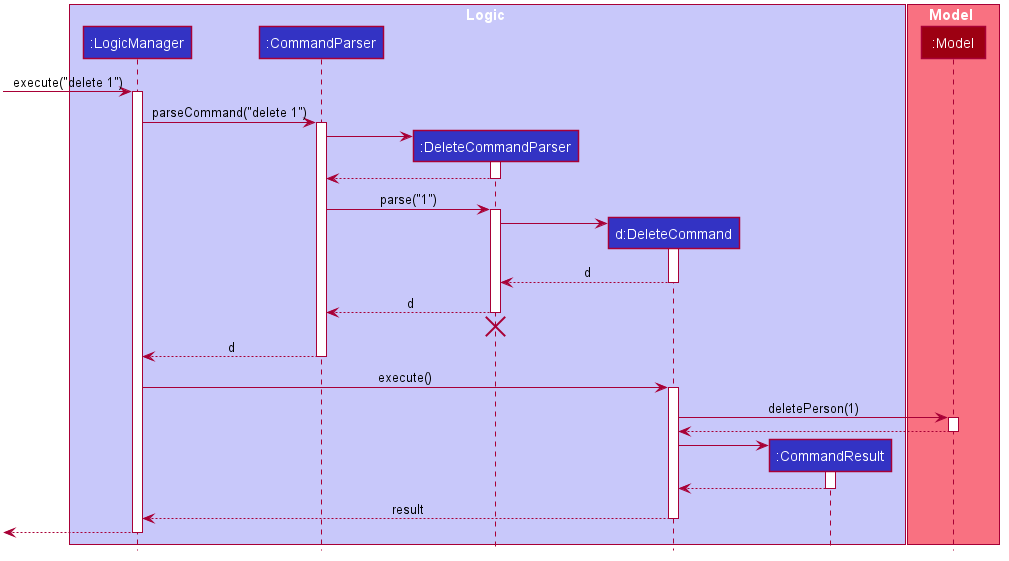
Before: docs/images/DeleteSequenceDiagram.png, a diagram exported from PlantUML (pennhanlee/tp).
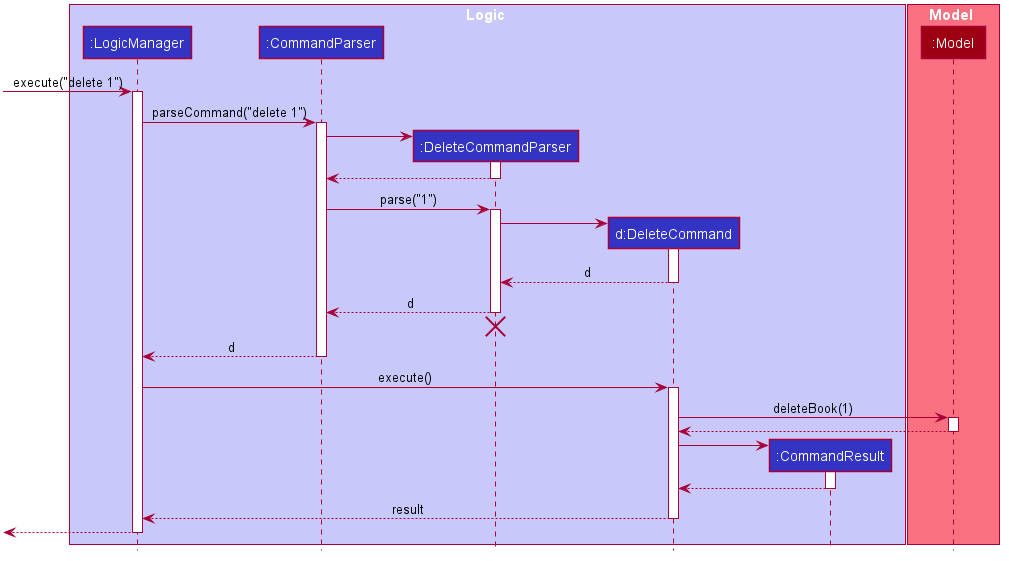
After the change.

The edit, as a diff of the source:
```diff
@@ -1,4 +1,5 @@
 @startuml
+
 
 
 
@@ -94,7 +95,7 @@
 LogicManager -> DeleteCommand : execute()
 activate DeleteCommand
 
-DeleteCommand -> Model : deletePerson(1)
+DeleteCommand -> Model : deleteBook(1)
 activate Model
 
 Model --> DeleteCommand
```
